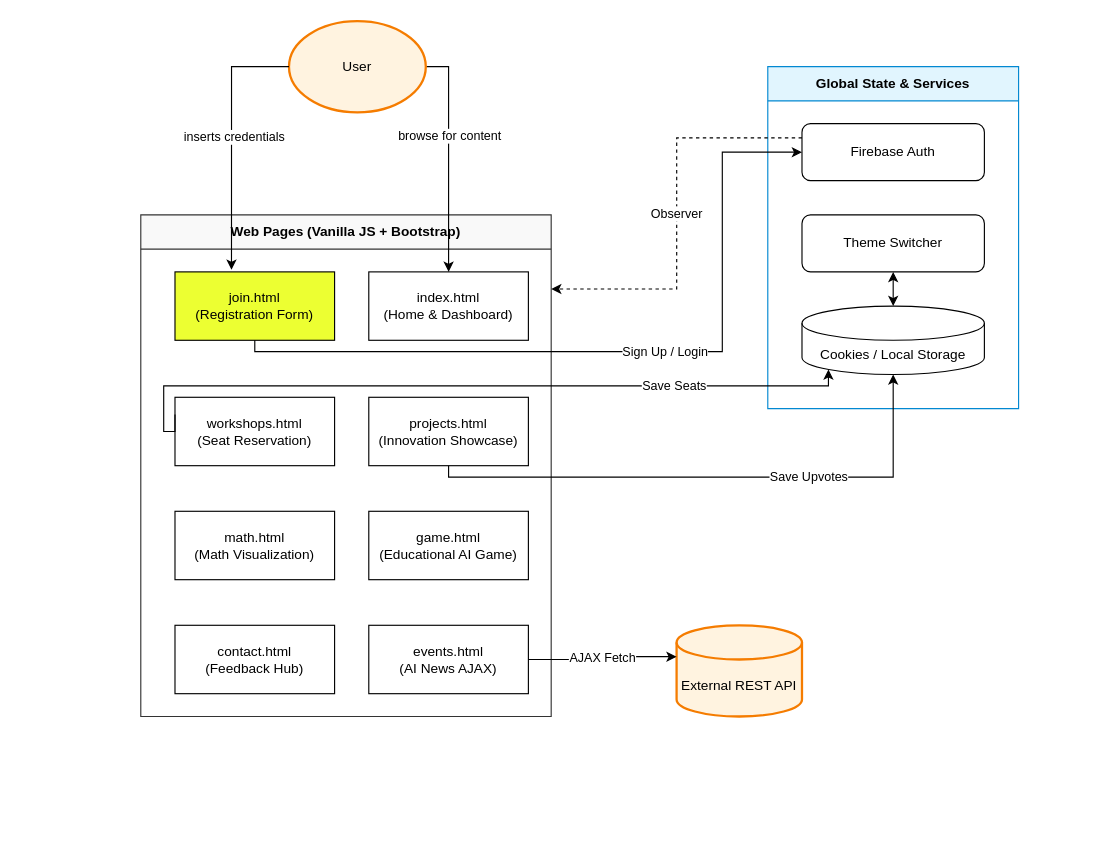
This is architecture.drawio from khoryz666/logicklub.pages.dev, a draw.io file, before an edit. Source tidied: cells renumbered, new cells numbered last; positions are measured from the earlier drawing's top-left corner, leaving out a move shared by most shapes. Both pictures are drawn from the tidied source at 114%, with x=0, y=0 at pixel (140, 21).
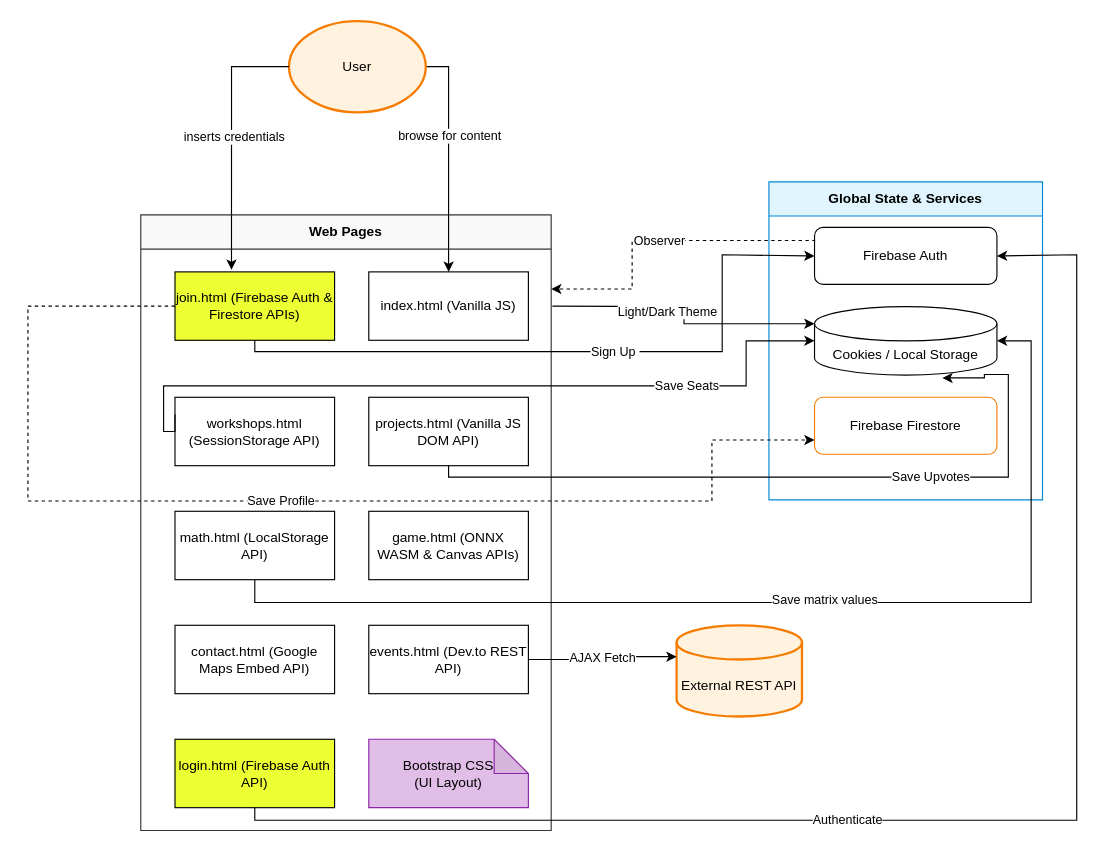
The same diagram, later.

What changed in the source:
```diff
@@
     <mxCell id="2" value="Global State &amp; Services" style="swimlane;whiteSpace=wrap;html=1;fillColor=#e1f5fe;strokeColor=#0288d1;startSize=30;" parent="1" vertex="1">
-      <mxGeometry x="550" y="40" width="220" height="300" as="geometry" />
+      <mxGeometry x="551" y="141" width="240" height="279" as="geometry" />
     </mxCell>
     <mxCell id="3" value="Firebase Auth" style="rounded=1;whiteSpace=wrap;html=1;fillColor=#ffffff;" parent="2" vertex="1">
-      <mxGeometry x="30" y="50" width="160" height="50" as="geometry" />
+      <mxGeometry x="40" y="40" width="160" height="50" as="geometry" />
     </mxCell>
-    <mxCell id="4" value="Theme Switcher" style="rounded=1;whiteSpace=wrap;html=1;fillColor=#ffffff;" parent="2" vertex="1">
-      <mxGeometry x="30" y="130" width="160" height="50" as="geometry" />
-    </mxCell>
     <mxCell id="5" value="Cookies / Local Storage" style="shape=cylinder3;whiteSpace=wrap;html=1;boundedLbl=1;backgroundOutline=1;size=15;fillColor=#ffffff;" parent="2" vertex="1">
-      <mxGeometry x="30" y="210" width="160" height="60" as="geometry" />
+      <mxGeometry x="40" y="109.5" width="160" height="60" as="geometry" />
     </mxCell>
-    <mxCell id="6" style="edgeStyle=orthogonalEdgeStyle;rounded=0;html=1;entryX=0.5;entryY=0;entryDx=0;entryDy=0;entryPerimeter=0;startArrow=classic;startFill=1;" parent="2" edge="1" source="4" target="5">
-      <mxGeometry relative="1" as="geometry" />
-    </mxCell>
+    <mxCell id="27" value="Firebase Firestore" style="rounded=1;whiteSpace=wrap;html=1;fillColor=#ffffff;strokeColor=#f57c00;" parent="2" vertex="1">
+      <mxGeometry x="40" y="189" width="160" height="50" as="geometry" />
+    </mxCell>
-    <mxCell id="7" value="Web Pages (Vanilla JS + Bootstrap)" style="swimlane;whiteSpace=wrap;html=1;fillColor=#f9f9f9;strokeColor=#333333;startSize=30;" parent="1" vertex="1">
-      <mxGeometry y="170" width="360" height="440" as="geometry" />
+    <mxCell id="7" value="Web Pages" style="swimlane;whiteSpace=wrap;html=1;fillColor=#f9f9f9;strokeColor=#333333;startSize=30;" parent="1" vertex="1">
+      <mxGeometry y="170" width="360" height="540" as="geometry" />
     </mxCell>
-    <mxCell id="8" value="join.html&#10;(Registration Form)" style="rounded=0;whiteSpace=wrap;html=1;fillColor=#ECFF32;" parent="7" vertex="1">
+    <mxCell id="8" value="join.html&amp;#xa;(Firebase Auth &amp;amp; Firestore APIs)" style="rounded=0;whiteSpace=wrap;html=1;fillColor=#ECFF32;" parent="7" vertex="1">
       <mxGeometry x="30" y="50" width="140" height="60" as="geometry" />
     </mxCell>
-    <mxCell id="9" value="events.html&#10;(AI News AJAX)" style="rounded=0;whiteSpace=wrap;html=1;fillColor=#ffffff;" parent="7" vertex="1">
+    <mxCell id="9" value="events.html&amp;#xa;(Dev.to REST API)" style="rounded=0;whiteSpace=wrap;html=1;fillColor=#ffffff;" parent="7" vertex="1">
       <mxGeometry x="200" y="360" width="140" height="60" as="geometry" />
     </mxCell>
-    <mxCell id="10" value="workshops.html&#10;(Seat Reservation)" style="rounded=0;whiteSpace=wrap;html=1;fillColor=#ffffff;" parent="7" vertex="1">
+    <mxCell id="10" value="workshops.html&amp;#xa;(SessionStorage API)" style="rounded=0;whiteSpace=wrap;html=1;fillColor=#ffffff;" parent="7" vertex="1">
       <mxGeometry x="30" y="160" width="140" height="60" as="geometry" />
     </mxCell>
-    <mxCell id="11" value="projects.html&#10;(Innovation Showcase)" style="rounded=0;whiteSpace=wrap;html=1;fillColor=#ffffff;" parent="7" vertex="1">
+    <mxCell id="11" value="projects.html&amp;#xa;(Vanilla JS DOM API)" style="rounded=0;whiteSpace=wrap;html=1;fillColor=#ffffff;" parent="7" vertex="1">
       <mxGeometry x="200" y="160" width="140" height="60" as="geometry" />
     </mxCell>
-    <mxCell id="12" value="contact.html&#10;(Feedback Hub)" style="rounded=0;whiteSpace=wrap;html=1;fillColor=#ffffff;" parent="7" vertex="1">
+    <mxCell id="12" value="contact.html&amp;#xa;(Google Maps Embed API)" style="rounded=0;whiteSpace=wrap;html=1;fillColor=#ffffff;" parent="7" vertex="1">
       <mxGeometry x="30" y="360" width="140" height="60" as="geometry" />
     </mxCell>
-    <mxCell id="13" value="math.html&#10;(Math Visualization)" style="rounded=0;whiteSpace=wrap;html=1;fillColor=#ffffff;" parent="7" vertex="1">
+    <mxCell id="13" value="math.html&amp;#xa;(LocalStorage API)" style="rounded=0;whiteSpace=wrap;html=1;fillColor=#ffffff;" parent="7" vertex="1">
       <mxGeometry x="30" y="260" width="140" height="60" as="geometry" />
     </mxCell>
-    <mxCell id="14" value="game.html&#10;(Educational AI Game)" style="rounded=0;whiteSpace=wrap;html=1;fillColor=#ffffff;" parent="7" vertex="1">
+    <mxCell id="14" value="game.html&amp;#xa;(ONNX WASM &amp;amp; Canvas APIs)" style="rounded=0;whiteSpace=wrap;html=1;fillColor=#ffffff;" parent="7" vertex="1">
       <mxGeometry x="200" y="260" width="140" height="60" as="geometry" />
     </mxCell>
-    <mxCell id="15" value="index.html&#10;(Home &amp; Dashboard)" style="rounded=0;whiteSpace=wrap;html=1;fillColor=#ffffff;" parent="7" vertex="1">
+    <mxCell id="15" value="index.html&amp;#xa;(Vanilla JS)" style="rounded=0;whiteSpace=wrap;html=1;fillColor=#ffffff;" parent="7" vertex="1">
       <mxGeometry x="200" y="50" width="140" height="60" as="geometry" />
     </mxCell>
+    <mxCell id="28" value="login.html&amp;#xa;(Firebase Auth API)" style="rounded=0;whiteSpace=wrap;html=1;fillColor=#ECFF32;" parent="7" vertex="1">
+      <mxGeometry x="30" y="460" width="140" height="60" as="geometry" />
+    </mxCell>
+    <mxCell id="29" value="Bootstrap CSS&#10;(UI Layout)" style="shape=note;whiteSpace=wrap;html=1;backgroundOutline=1;darkOpacity=0.05;fillColor=#e1bee7;strokeColor=#8e24aa;" parent="7" vertex="1">
+      <mxGeometry x="200" y="460" width="140" height="60" as="geometry" />
+    </mxCell>
@@
-    <mxCell id="20" value="Sign Up / Login" style="edgeStyle=orthogonalEdgeStyle;rounded=0;html=1;exitX=0.5;exitY=1;exitDx=0;exitDy=0;entryX=0;entryY=0.5;entryDx=0;entryDy=0;" parent="1" edge="1" source="8" target="3">
+    <mxCell id="20" value="&lt;div&gt;Sign Up&amp;nbsp;&lt;/div&gt;" style="edgeStyle=orthogonalEdgeStyle;rounded=0;html=1;exitX=0.5;exitY=1;exitDx=0;exitDy=0;entryX=0;entryY=0.5;entryDx=0;entryDy=0;" parent="1" edge="1" source="8" target="3">
       <mxGeometry x="0.11" relative="1" as="geometry">
         <Array as="points">
-          <mxPoint x="100.1" y="290" />
-          <mxPoint x="510.1" y="290" />
-          <mxPoint x="510.1" y="115.1" />
+          <mxPoint x="100" y="290" />
+          <mxPoint x="510" y="290" />
+          <mxPoint x="510" y="205" />
         </Array>
         <mxPoint x="1" as="offset" />
       </mxGeometry>
     </mxCell>
     <mxCell id="21" value="Observer" style="edgeStyle=orthogonalEdgeStyle;rounded=0;html=1;exitX=0;exitY=0.25;exitDx=0;exitDy=0;dashed=1;" parent="1" edge="1" source="3">
       <mxGeometry relative="1" as="geometry">
         <mxPoint x="360" y="235" as="targetPoint" />
         <Array as="points">
-          <mxPoint x="470.1" y="102.5" />
-          <mxPoint x="470.1" y="235.1" />
+          <mxPoint x="431" y="192.5" />
+          <mxPoint x="431" y="235" />
         </Array>
       </mxGeometry>
     </mxCell>
-    <mxCell id="22" value="Save Upvotes" style="edgeStyle=orthogonalEdgeStyle;rounded=0;html=1;entryX=0.5;entryY=1;entryDx=0;entryDy=0;entryPerimeter=0;exitX=0.5;exitY=1;exitDx=0;exitDy=0;" parent="1" edge="1" source="11" target="5">
-      <mxGeometry x="0.33" relative="1" as="geometry" />
+    <mxCell id="22" value="Save Upvotes" style="edgeStyle=orthogonalEdgeStyle;rounded=0;html=1;entryX=0.701;entryY=1.042;entryDx=0;entryDy=0;entryPerimeter=0;exitX=0.5;exitY=1;exitDx=0;exitDy=0;" parent="1" edge="1" source="11" target="5">
+      <mxGeometry x="0.33" relative="1" as="geometry">
+        <Array as="points">
+          <mxPoint x="270" y="400" />
+          <mxPoint x="761" y="400" />
+          <mxPoint x="761" y="310" />
+          <mxPoint x="740" y="310" />
+          <mxPoint x="740" y="313" />
+        </Array>
+      </mxGeometry>
     </mxCell>
-    <mxCell id="23" value="Save Seats" style="edgeStyle=orthogonalEdgeStyle;rounded=0;html=1;entryX=0.145;entryY=1;entryDx=0;entryDy=-4.35;entryPerimeter=0;exitX=0;exitY=0.25;exitDx=0;exitDy=0;" parent="1" edge="1" source="10" target="5">
+    <mxCell id="23" value="Save Seats" style="edgeStyle=orthogonalEdgeStyle;rounded=0;html=1;entryX=0;entryY=0.5;entryDx=0;entryDy=0;entryPerimeter=0;exitX=0;exitY=0.25;exitDx=0;exitDy=0;" parent="1" edge="1" source="10" target="5">
       <mxGeometry x="0.55" relative="1" as="geometry">
         <Array as="points">
-          <mxPoint x="30.1" y="360" />
-          <mxPoint x="20.1" y="360" />
-          <mxPoint x="20.1" y="320" />
-          <mxPoint x="603.1" y="320" />
+          <mxPoint x="30" y="360" />
+          <mxPoint x="20" y="360" />
+          <mxPoint x="20" y="320" />
+          <mxPoint x="531" y="320" />
+          <mxPoint x="531" y="280.5" />
         </Array>
       </mxGeometry>
     </mxCell>
@@
+    <mxCell id="30" value="Save Profile" style="edgeStyle=orthogonalEdgeStyle;rounded=0;html=1;dashed=1;entryX=0;entryY=0.75;entryDx=0;entryDy=0;" parent="1" edge="1" source="8" target="27">
+      <mxGeometry relative="1" as="geometry">
+        <Array as="points">
+          <mxPoint x="-99" y="250" />
+          <mxPoint x="-99" y="421" />
+          <mxPoint x="501" y="421" />
+          <mxPoint x="501" y="367.5" />
+        </Array>
+      </mxGeometry>
+    </mxCell>
+    <mxCell id="31" value="Authenticate" style="edgeStyle=orthogonalEdgeStyle;rounded=0;html=1;entryX=1;entryY=0.5;entryDx=0;entryDy=0;" parent="1" edge="1" source="28" target="3">
+      <mxGeometry x="-0.18" relative="1" as="geometry">
+        <Array as="points">
+          <mxPoint x="100" y="701" />
+          <mxPoint x="821" y="701" />
+          <mxPoint x="821" y="205" />
+        </Array>
+        <mxPoint x="-1" as="offset" />
+      </mxGeometry>
+    </mxCell>
+    <mxCell id="32" style="edgeStyle=orthogonalEdgeStyle;rounded=0;jettySize=auto;html=1;exitX=0.5;exitY=1;exitDx=0;exitDy=0;entryX=1;entryY=0.5;entryDx=0;entryDy=0;entryPerimeter=0;" parent="1" edge="1" source="13" target="5">
+      <mxGeometry relative="1" as="geometry">
+        <Array as="points">
+          <mxPoint x="100" y="510" />
+          <mxPoint x="781" y="510" />
+          <mxPoint x="781" y="280.5" />
+        </Array>
+      </mxGeometry>
+    </mxCell>
+    <mxCell id="33" value="Save matrix values" style="edgeLabel;html=1;align=center;verticalAlign=middle;" parent="32" vertex="1">
+      <mxGeometry x="0.08" y="3" relative="1" as="geometry" />
+    </mxCell>
+    <mxCell id="34" style="edgeStyle=orthogonalEdgeStyle;rounded=0;jettySize=auto;html=1;entryX=0;entryY=0;entryDx=0;entryDy=15;entryPerimeter=0;" parent="1" edge="1" target="5">
+      <mxGeometry relative="1" as="geometry">
+        <mxPoint x="361" y="250" as="sourcePoint" />
+      </mxGeometry>
+    </mxCell>
+    <mxCell id="35" value="Light/Dark Theme" style="edgeLabel;html=1;align=center;verticalAlign=middle;" parent="34" vertex="1">
+      <mxGeometry x="-0.14" y="-4" relative="1" as="geometry">
+        <mxPoint x="-4" as="offset" />
+      </mxGeometry>
+    </mxCell>
```
